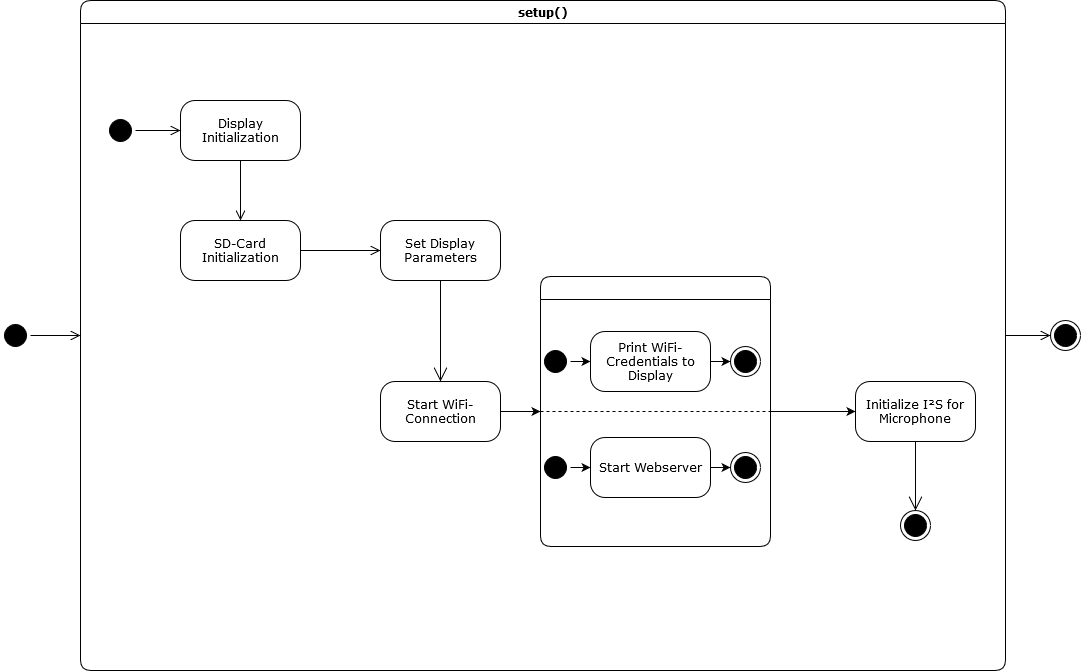
The draw.io diagram Ausarbeitung/Media/controller_setup.png in JohannesWaltmann/bachelor_project, before a commit. Source tidied: cells renumbered, new cells last; positions are measured from the earlier drawing's top-left corner, leaving out a move shared by most shapes.
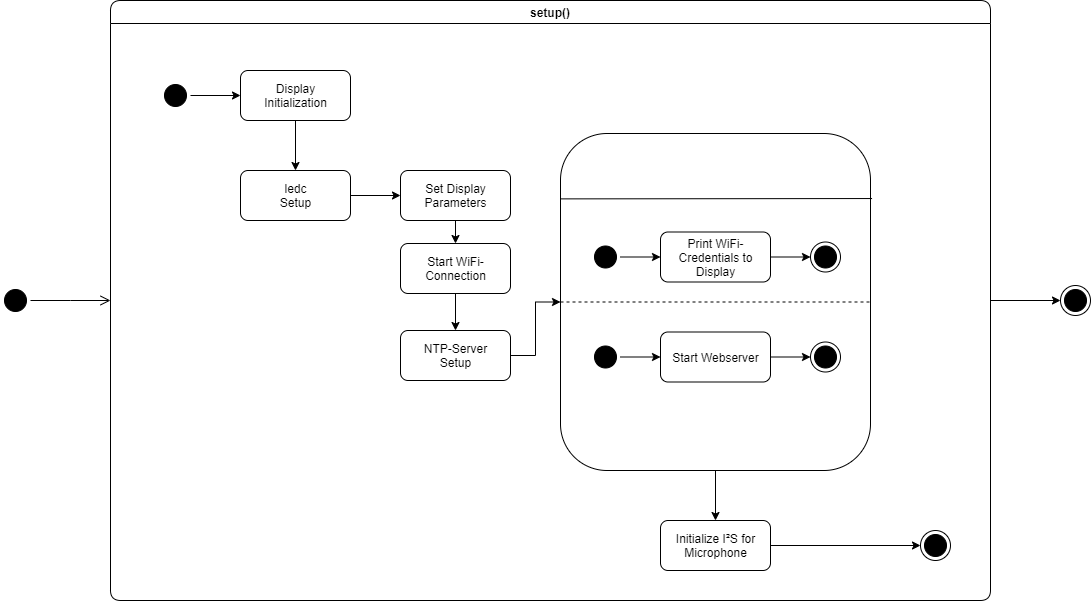
Later version of the same file.

What changed in the source:
```diff
@@ -2,101 +2,107 @@
   <root>
     <mxCell id="0" />
     <mxCell id="1" parent="0" />
+    <mxCell id="34" style="edgeStyle=orthogonalEdgeStyle;rounded=0;jettySize=auto;html=1;exitX=1;exitY=0.5;exitDx=0;exitDy=0;entryX=0;entryY=0.5;entryDx=0;entryDy=0;strokeColor=#000000;" parent="1" edge="1" source="2" target="62">
+      <mxGeometry relative="1" as="geometry" />
+    </mxCell>
-    <mxCell id="2" value="setup()" style="swimlane;whiteSpace=wrap;html=1;rounded=1;shadow=0;comic=0;labelBackgroundColor=none;strokeWidth=1;fontFamily=Verdana;fontSize=12;align=center;" parent="1" vertex="1">
-      <mxGeometry x="80" width="925" height="670" as="geometry" />
+    <mxCell id="2" value="setup()" style="swimlane;whiteSpace=wrap;rounded=1;" parent="1" vertex="1">
+      <mxGeometry x="80" width="880" height="600" as="geometry" />
     </mxCell>
+    <mxCell id="35" style="edgeStyle=orthogonalEdgeStyle;rounded=0;jettySize=auto;html=1;entryX=0;entryY=0.5;entryDx=0;entryDy=0;strokeColor=#000000;" parent="2" edge="1" source="36" target="50">
+      <mxGeometry relative="1" as="geometry" />
+    </mxCell>
+    <mxCell id="36" style="ellipse;shape=startState;fillColor=#000000;" parent="2" vertex="1">
+      <mxGeometry x="480" y="241.5" width="30" height="30" as="geometry" />
+    </mxCell>
+    <mxCell id="37" style="edgeStyle=orthogonalEdgeStyle;rounded=0;jettySize=auto;html=1;entryX=0;entryY=0.5;entryDx=0;entryDy=0;strokeColor=#000000;" parent="2" edge="1" source="38" target="22">
+      <mxGeometry relative="1" as="geometry" />
+    </mxCell>
+    <mxCell id="38" style="ellipse;shape=startState;fillColor=#000000;" parent="2" vertex="1">
+      <mxGeometry x="480" y="341.5" width="30" height="30" as="geometry" />
+    </mxCell>
+    <mxCell id="39" style="edgeStyle=orthogonalEdgeStyle;rounded=0;jettySize=auto;html=1;exitX=1;exitY=0.5;exitDx=0;exitDy=0;entryX=0;entryY=0.5;entryDx=0;entryDy=0;strokeColor=#000000;" parent="2" edge="1" source="40" target="3">
+      <mxGeometry relative="1" as="geometry" />
+    </mxCell>
+    <mxCell id="40" style="ellipse;shape=startState;fillColor=#000000;" parent="2" vertex="1">
+      <mxGeometry x="50" y="80" width="30" height="30" as="geometry" />
+    </mxCell>
+    <mxCell id="41" style="edgeStyle=orthogonalEdgeStyle;rounded=0;jettySize=auto;html=1;exitX=0.5;exitY=1;exitDx=0;exitDy=0;entryX=0.5;entryY=0;entryDx=0;entryDy=0;strokeColor=#000000;" parent="2" edge="1" source="3" target="43">
+      <mxGeometry relative="1" as="geometry" />
+    </mxCell>
-    <mxCell id="3" value="Display Initialization" style="rounded=1;whiteSpace=wrap;html=1;arcSize=24;shadow=0;comic=0;labelBackgroundColor=none;fontFamily=Verdana;fontSize=12;fontColor=#000000;align=center;fillColor=#FFFFFF;" parent="2" vertex="1">
-      <mxGeometry x="100" y="100" width="120" height="60" as="geometry" />
+    <mxCell id="3" value="Display&lt;br&gt;Initialization" style="html=1;rounded=1;strokeColor=#000000;" parent="2" vertex="1">
+      <mxGeometry x="130" y="70" width="110" height="50" as="geometry" />
     </mxCell>
-    <mxCell id="4" style="ellipse;html=1;shape=startState;fillColor=#000000;rounded=1;shadow=0;comic=0;labelBackgroundColor=none;fontFamily=Verdana;fontSize=12;fontColor=#000000;align=center;direction=south;" parent="2" vertex="1">
-      <mxGeometry x="25" y="115" width="30" height="30" as="geometry" />
-    </mxCell>
-    <mxCell id="5" style="edgeStyle=elbowEdgeStyle;html=1;labelBackgroundColor=none;endArrow=open;endSize=8;fontFamily=Verdana;fontSize=12;align=left;exitX=0.5;exitY=0;exitDx=0;exitDy=0;entryX=0;entryY=0.5;entryDx=0;entryDy=0;" parent="2" edge="1" source="4" target="3">
-      <mxGeometry relative="1" as="geometry" />
-    </mxCell>
-    <mxCell id="6" value="SD-Card Initialization" style="rounded=1;whiteSpace=wrap;html=1;arcSize=24;shadow=0;comic=0;labelBackgroundColor=none;fontFamily=Verdana;fontSize=12;fontColor=#000000;align=center;fillColor=#FFFFFF;" parent="2" vertex="1">
-      <mxGeometry x="100" y="220" width="120" height="60" as="geometry" />
-    </mxCell>
-    <mxCell id="7" style="edgeStyle=elbowEdgeStyle;html=1;labelBackgroundColor=none;endArrow=open;endSize=8;fontFamily=Verdana;fontSize=12;align=left;exitX=1;exitY=0.5;exitDx=0;exitDy=0;entryX=0;entryY=0.5;entryDx=0;entryDy=0;" parent="2" edge="1" source="6" target="8">
-      <mxGeometry relative="1" as="geometry" />
-    </mxCell>
+    <mxCell id="42" style="edgeStyle=orthogonalEdgeStyle;rounded=0;jettySize=auto;html=1;exitX=1;exitY=0.5;exitDx=0;exitDy=0;entryX=0;entryY=0.5;entryDx=0;entryDy=0;strokeColor=#000000;" parent="2" edge="1" source="43" target="8">
+      <mxGeometry relative="1" as="geometry" />
+    </mxCell>
+    <mxCell id="43" value="ledc&lt;br&gt;Setup" style="html=1;rounded=1;strokeColor=#000000;" parent="2" vertex="1">
+      <mxGeometry x="130" y="170" width="110" height="50" as="geometry" />
+    </mxCell>
+    <mxCell id="44" style="edgeStyle=orthogonalEdgeStyle;rounded=0;jettySize=auto;html=1;exitX=0.5;exitY=1;exitDx=0;exitDy=0;entryX=0.5;entryY=0;entryDx=0;entryDy=0;strokeColor=#000000;" parent="2" edge="1" source="8" target="46">
+      <mxGeometry relative="1" as="geometry" />
+    </mxCell>
-    <mxCell id="8" value="Set Display Parameters" style="rounded=1;whiteSpace=wrap;html=1;arcSize=24;shadow=0;comic=0;labelBackgroundColor=none;fontFamily=Verdana;fontSize=12;fontColor=#000000;align=center;fillColor=#FFFFFF;" parent="2" vertex="1">
-      <mxGeometry x="300" y="220" width="120" height="60" as="geometry" />
+    <mxCell id="8" value="Set Display&lt;br&gt;Parameters" style="html=1;rounded=1;strokeColor=#000000;" parent="2" vertex="1">
+      <mxGeometry x="290" y="170" width="110" height="50" as="geometry" />
     </mxCell>
-    <mxCell id="9" style="edgeStyle=orthogonalEdgeStyle;rounded=0;jettySize=auto;html=1;exitX=1;exitY=0.5;exitDx=0;exitDy=0;entryX=0;entryY=0.5;entryDx=0;entryDy=0;strokeColor=#000000;" parent="2" edge="1" source="10" target="17">
-      <mxGeometry relative="1" as="geometry" />
-    </mxCell>
-    <mxCell id="10" value="Start WiFi-Connection" style="rounded=1;whiteSpace=wrap;html=1;arcSize=24;shadow=0;comic=0;labelBackgroundColor=none;fontFamily=Verdana;fontSize=12;fontColor=#000000;align=center;fillColor=#FFFFFF;" parent="2" vertex="1">
-      <mxGeometry x="300" y="381" width="120" height="60" as="geometry" />
-    </mxCell>
+    <mxCell id="45" style="edgeStyle=orthogonalEdgeStyle;rounded=0;jettySize=auto;html=1;exitX=0.5;exitY=1;exitDx=0;exitDy=0;entryX=0.5;entryY=0;entryDx=0;entryDy=0;strokeColor=#000000;" parent="2" edge="1" source="46" target="48">
+      <mxGeometry relative="1" as="geometry" />
+    </mxCell>
+    <mxCell id="46" value="Start WiFi-&lt;br&gt;Connection" style="html=1;rounded=1;strokeColor=#000000;" parent="2" vertex="1">
+      <mxGeometry x="290" y="243" width="110" height="50" as="geometry" />
+    </mxCell>
+    <mxCell id="47" style="edgeStyle=orthogonalEdgeStyle;rounded=0;jettySize=auto;html=1;exitX=1;exitY=0.5;exitDx=0;exitDy=0;entryX=0;entryY=0.5;entryDx=0;entryDy=0;strokeColor=#000000;" parent="2" edge="1" source="48" target="55">
+      <mxGeometry relative="1" as="geometry" />
+    </mxCell>
+    <mxCell id="48" value="NTP-Server&lt;br&gt;Setup" style="html=1;rounded=1;strokeColor=#000000;" parent="2" vertex="1">
+      <mxGeometry x="290" y="330" width="110" height="50" as="geometry" />
+    </mxCell>
+    <mxCell id="49" style="edgeStyle=orthogonalEdgeStyle;rounded=0;jettySize=auto;html=1;exitX=1;exitY=0.5;exitDx=0;exitDy=0;entryX=0;entryY=0.5;entryDx=0;entryDy=0;strokeColor=#000000;" parent="2" edge="1" source="50" target="51">
+      <mxGeometry relative="1" as="geometry" />
+    </mxCell>
+    <mxCell id="50" value="Print WiFi-&lt;br&gt;Credentials to&lt;br&gt;Display" style="html=1;rounded=1;strokeColor=#000000;" parent="2" vertex="1">
+      <mxGeometry x="550" y="231.5" width="110" height="50" as="geometry" />
+    </mxCell>
+    <mxCell id="51" style="ellipse;html=1;shape=endState;fillColor=#000000;" parent="2" vertex="1">
+      <mxGeometry x="700" y="241.5" width="30" height="30" as="geometry" />
+    </mxCell>
+    <mxCell id="52" style="edgeStyle=orthogonalEdgeStyle;rounded=0;jettySize=auto;html=1;exitX=1;exitY=0.5;exitDx=0;exitDy=0;entryX=0;entryY=0.5;entryDx=0;entryDy=0;strokeColor=#000000;" parent="2" edge="1" source="22" target="53">
+      <mxGeometry relative="1" as="geometry" />
+    </mxCell>
+    <mxCell id="22" value="Start Webserver" style="html=1;rounded=1;strokeColor=#000000;" parent="2" vertex="1">
+      <mxGeometry x="550" y="331.5" width="110" height="50" as="geometry" />
+    </mxCell>
+    <mxCell id="53" style="ellipse;html=1;shape=endState;fillColor=#000000;" parent="2" vertex="1">
+      <mxGeometry x="700" y="341.5" width="30" height="30" as="geometry" />
+    </mxCell>
+    <mxCell id="54" style="edgeStyle=orthogonalEdgeStyle;rounded=0;jettySize=auto;html=1;exitX=0.5;exitY=1;exitDx=0;exitDy=0;entryX=0.5;entryY=0;entryDx=0;entryDy=0;strokeColor=#000000;" parent="2" edge="1" source="55" target="11">
+      <mxGeometry relative="1" as="geometry" />
+    </mxCell>
+    <mxCell id="55" value="&lt;p style=&quot;margin: 0px ; margin-top: 4px ; text-align: center&quot;&gt;&lt;br&gt;&lt;br&gt;&lt;/p&gt;" style="verticalAlign=top;align=left;overflow=fill;fontSize=12;fontFamily=Helvetica;html=1;rounded=1;fillColor=none;" parent="2" vertex="1">
+      <mxGeometry x="450" y="133" width="310" height="337" as="geometry" />
+    </mxCell>
+    <mxCell id="56" style="endArrow=none;dashed=1;html=1;strokeColor=#000000;exitX=0;exitY=0.5;exitDx=0;exitDy=0;entryX=1;entryY=0.5;entryDx=0;entryDy=0;" parent="2" edge="1" source="55" target="55">
+      <mxGeometry relative="1" as="geometry" />
+    </mxCell>
+    <mxCell id="57" style="edgeStyle=orthogonalEdgeStyle;rounded=0;jettySize=auto;html=1;entryX=0;entryY=0.5;entryDx=0;entryDy=0;strokeColor=#000000;" parent="2" edge="1" source="11" target="58">
+      <mxGeometry relative="1" as="geometry" />
+    </mxCell>
-    <mxCell id="11" value="Initialize I²S for Microphone" style="rounded=1;whiteSpace=wrap;html=1;arcSize=24;shadow=0;comic=0;labelBackgroundColor=none;fontFamily=Verdana;fontSize=12;fontColor=#000000;align=center;fillColor=#FFFFFF;" parent="2" vertex="1">
-      <mxGeometry x="775" y="381" width="120" height="60" as="geometry" />
+    <mxCell id="11" value="Initialize I²S for&lt;br&gt;Microphone" style="html=1;rounded=1;strokeColor=#000000;fillColor=none;gradientColor=none;" parent="2" vertex="1">
+      <mxGeometry x="550" y="520" width="110" height="50" as="geometry" />
     </mxCell>
-    <mxCell id="12" style="edgeStyle=elbowEdgeStyle;html=1;labelBackgroundColor=none;endArrow=open;endSize=8;fontFamily=Verdana;fontSize=12;align=left;exitX=0.5;exitY=1;exitDx=0;exitDy=0;entryX=0.5;entryY=0;entryDx=0;entryDy=0;" parent="2" edge="1" source="3" target="6">
-      <mxGeometry relative="1" as="geometry" />
-    </mxCell>
-    <mxCell id="13" style="endArrow=open;endFill=1;endSize=12;html=1;strokeColor=#000000;exitX=0.5;exitY=1;exitDx=0;exitDy=0;" parent="2" edge="1" source="8" target="10">
-      <mxGeometry relative="1" as="geometry" />
-    </mxCell>
-    <mxCell id="14" style="ellipse;html=1;shape=endState;fillColor=#000000;rounded=1;shadow=0;comic=0;labelBackgroundColor=none;fontFamily=Verdana;fontSize=12;fontColor=#000000;align=center;" parent="2" vertex="1">
-      <mxGeometry x="820" y="510" width="30" height="30" as="geometry" />
-    </mxCell>
-    <mxCell id="15" style="endArrow=open;endFill=1;endSize=12;html=1;strokeColor=#000000;exitX=0.5;exitY=1;exitDx=0;exitDy=0;entryX=0.5;entryY=0;entryDx=0;entryDy=0;" parent="2" edge="1" source="11" target="14">
-      <mxGeometry relative="1" as="geometry" />
-    </mxCell>
-    <mxCell id="16" style="edgeStyle=orthogonalEdgeStyle;rounded=0;jettySize=auto;html=1;exitX=1;exitY=0.5;exitDx=0;exitDy=0;entryX=0;entryY=0.5;entryDx=0;entryDy=0;strokeColor=#000000;" parent="2" edge="1" source="17" target="11">
-      <mxGeometry relative="1" as="geometry" />
-    </mxCell>
-    <mxCell id="17" style="swimlane;whiteSpace=wrap;html=1;rounded=1;shadow=0;comic=0;labelBackgroundColor=none;strokeWidth=1;fontFamily=Verdana;fontSize=12;align=center;" parent="2" vertex="1">
-      <mxGeometry x="460" y="276" width="230" height="270" as="geometry" />
-    </mxCell>
-    <mxCell id="18" style="edgeStyle=orthogonalEdgeStyle;rounded=0;jettySize=auto;html=1;exitX=0.5;exitY=0;exitDx=0;exitDy=0;entryX=0;entryY=0.5;entryDx=0;entryDy=0;strokeColor=#000000;" parent="17" edge="1" source="19" target="24">
-      <mxGeometry relative="1" as="geometry" />
-    </mxCell>
-    <mxCell id="19" style="ellipse;html=1;shape=startState;fillColor=#000000;rounded=1;shadow=0;comic=0;labelBackgroundColor=none;fontFamily=Verdana;fontSize=12;fontColor=#000000;align=center;direction=south;" parent="17" vertex="1">
-      <mxGeometry y="70" width="30" height="30" as="geometry" />
-    </mxCell>
-    <mxCell id="20" style="ellipse;html=1;shape=endState;fillColor=#000000;rounded=1;shadow=0;comic=0;labelBackgroundColor=none;fontFamily=Verdana;fontSize=12;fontColor=#000000;align=center;" parent="17" vertex="1">
-      <mxGeometry x="60" y="161" width="30" height="30" as="geometry" />
-    </mxCell>
-    <mxCell id="21" style="edgeStyle=orthogonalEdgeStyle;rounded=0;jettySize=auto;html=1;exitX=1;exitY=0.5;exitDx=0;exitDy=0;entryX=0;entryY=0.5;entryDx=0;entryDy=0;strokeColor=#000000;" parent="17" edge="1" source="22" target="27">
-      <mxGeometry relative="1" as="geometry" />
-    </mxCell>
-    <mxCell id="22" value="Start Webserver" style="rounded=1;whiteSpace=wrap;html=1;arcSize=24;shadow=0;comic=0;labelBackgroundColor=none;fontFamily=Verdana;fontSize=12;fontColor=#000000;align=center;fillColor=#FFFFFF;" parent="17" vertex="1">
-      <mxGeometry x="50" y="161" width="120" height="60" as="geometry" />
-    </mxCell>
-    <mxCell id="23" style="edgeStyle=orthogonalEdgeStyle;rounded=0;jettySize=auto;html=1;exitX=1;exitY=0.5;exitDx=0;exitDy=0;entryX=0;entryY=0.5;entryDx=0;entryDy=0;strokeColor=#000000;" parent="17" edge="1" source="24" target="28">
-      <mxGeometry relative="1" as="geometry" />
-    </mxCell>
-    <mxCell id="24" value="Print WiFi-Credentials to Display" style="rounded=1;whiteSpace=wrap;html=1;arcSize=24;shadow=0;comic=0;labelBackgroundColor=none;fontFamily=Verdana;fontSize=12;fontColor=#000000;align=center;fillColor=#FFFFFF;" parent="17" vertex="1">
-      <mxGeometry x="50" y="55" width="120" height="60" as="geometry" />
-    </mxCell>
-    <mxCell id="25" style="edgeStyle=orthogonalEdgeStyle;rounded=0;jettySize=auto;html=1;exitX=0.5;exitY=0;exitDx=0;exitDy=0;entryX=0;entryY=0.5;entryDx=0;entryDy=0;strokeColor=#000000;" parent="17" edge="1" source="26" target="22">
-      <mxGeometry relative="1" as="geometry" />
-    </mxCell>
-    <mxCell id="26" style="ellipse;html=1;shape=startState;fillColor=#000000;rounded=1;shadow=0;comic=0;labelBackgroundColor=none;fontFamily=Verdana;fontSize=12;fontColor=#000000;align=center;direction=south;" parent="17" vertex="1">
-      <mxGeometry y="176" width="30" height="30" as="geometry" />
-    </mxCell>
-    <mxCell id="27" style="ellipse;html=1;shape=endState;fillColor=#000000;rounded=1;shadow=0;comic=0;labelBackgroundColor=none;fontFamily=Verdana;fontSize=12;fontColor=#000000;align=center;" parent="17" vertex="1">
-      <mxGeometry x="190" y="176" width="30" height="30" as="geometry" />
-    </mxCell>
-    <mxCell id="28" style="ellipse;html=1;shape=endState;fillColor=#000000;rounded=1;shadow=0;comic=0;labelBackgroundColor=none;fontFamily=Verdana;fontSize=12;fontColor=#000000;align=center;" parent="17" vertex="1">
-      <mxGeometry x="190" y="70" width="30" height="30" as="geometry" />
-    </mxCell>
-    <mxCell id="29" style="endArrow=none;dashed=1;html=1;strokeColor=#000000;exitX=0;exitY=0.5;exitDx=0;exitDy=0;entryX=1;entryY=0.5;entryDx=0;entryDy=0;" parent="2" edge="1" source="17" target="17">
-      <mxGeometry relative="1" as="geometry" />
-    </mxCell>
-    <mxCell id="30" style="ellipse;html=1;shape=startState;fillColor=#000000;rounded=1;shadow=0;comic=0;labelBackgroundColor=none;fontFamily=Verdana;fontSize=12;fontColor=#000000;align=center;direction=south;" parent="1" vertex="1">
-      <mxGeometry y="320" width="30" height="30" as="geometry" />
-    </mxCell>
-    <mxCell id="31" style="edgeStyle=elbowEdgeStyle;html=1;labelBackgroundColor=none;endArrow=open;endSize=8;fontFamily=Verdana;fontSize=12;align=left;exitX=0.5;exitY=0;exitDx=0;exitDy=0;entryX=0;entryY=0.5;entryDx=0;entryDy=0;" parent="1" edge="1" source="30" target="2">
-      <mxGeometry relative="1" as="geometry" />
-    </mxCell>
-    <mxCell id="32" style="ellipse;html=1;shape=endState;fillColor=#000000;rounded=1;shadow=0;comic=0;labelBackgroundColor=none;fontFamily=Verdana;fontSize=12;fontColor=#000000;align=center;" parent="1" vertex="1">
-      <mxGeometry x="1050" y="320" width="30" height="30" as="geometry" />
-    </mxCell>
-    <mxCell id="33" style="edgeStyle=elbowEdgeStyle;html=1;labelBackgroundColor=none;endArrow=open;endSize=8;fontFamily=Verdana;fontSize=12;align=left;exitX=1;exitY=0.5;exitDx=0;exitDy=0;entryX=0;entryY=0.5;entryDx=0;entryDy=0;" parent="1" edge="1" source="2" target="32">
-      <mxGeometry relative="1" as="geometry" />
-    </mxCell>
+    <mxCell id="58" style="ellipse;html=1;shape=endState;fillColor=#000000;" parent="2" vertex="1">
+      <mxGeometry x="810" y="530" width="30" height="30" as="geometry" />
+    </mxCell>
+    <mxCell id="59" style="endArrow=none;html=1;strokeColor=#000000;entryX=1.005;entryY=0.193;entryDx=0;entryDy=0;entryPerimeter=0;exitX=0.002;exitY=0.194;exitDx=0;exitDy=0;exitPerimeter=0;" parent="2" edge="1" source="55" target="55">
+      <mxGeometry relative="1" as="geometry" />
+    </mxCell>
+    <mxCell id="60" style="ellipse;shape=startState;fillColor=#000000;" parent="1" vertex="1">
+      <mxGeometry x="-30" y="285" width="30" height="30" as="geometry" />
+    </mxCell>
+    <mxCell id="61" style="edgeStyle=elbowEdgeStyle;elbow=horizontal;verticalAlign=bottom;endArrow=open;endSize=8;endFill=1;rounded=0;entryX=0;entryY=0.5;entryDx=0;entryDy=0;" parent="1" edge="1" source="60" target="2">
+      <mxGeometry x="260" y="160" as="geometry" />
+    </mxCell>
+    <mxCell id="62" style="ellipse;html=1;shape=endState;fillColor=#000000;" parent="1" vertex="1">
+      <mxGeometry x="1030" y="285" width="30" height="30" as="geometry" />
+    </mxCell>
   </root>
 </mxGraphModel>
```
